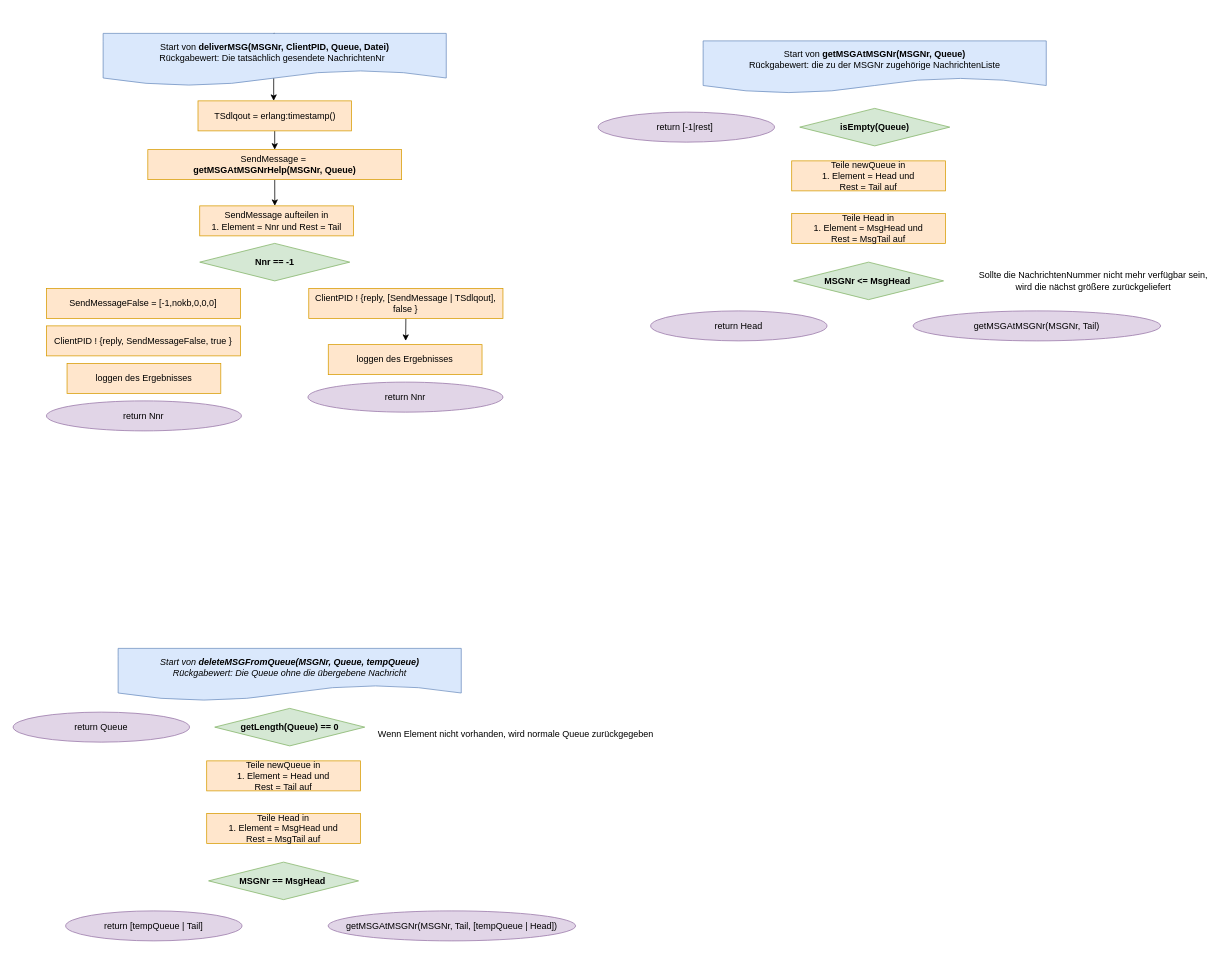
Before: Grafiken:Bilder/draw.io/DLQ/5. deliverMSG.drawio in krisschaaf/Hausarbeit_Erlang_Queues, a draw.io diagram. Source tidied: cells renumbered, new cells numbered last; positions are measured from the earlier drawing's top-left corner, leaving out a move shared by most shapes. Both pictures are drawn from the tidied source at 75%, with x=0, y=0 at pixel (13, 33).
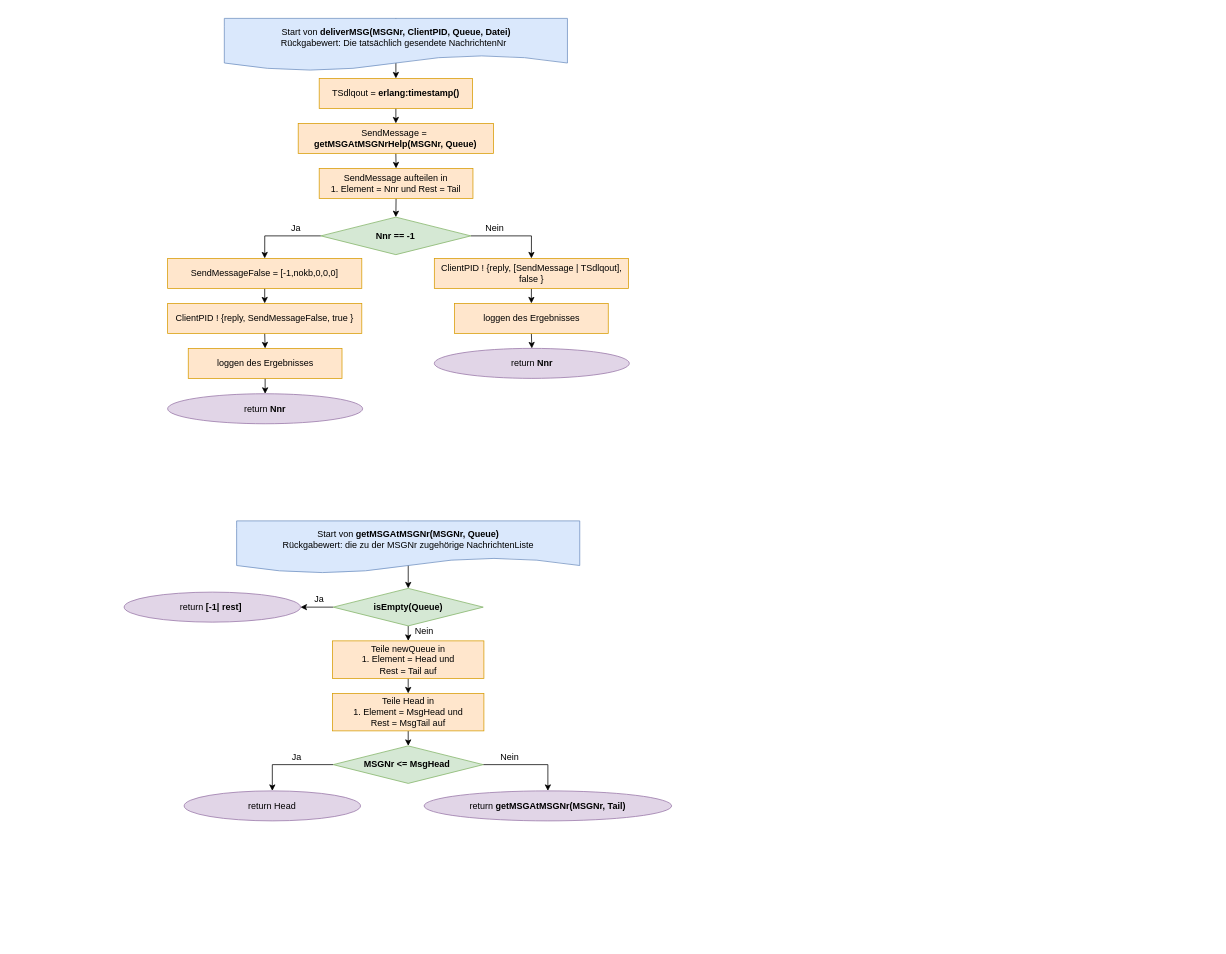
Above is the later version.

Change to the diagram source:
```diff
@@
-    <mxCell id="2" style="edgeStyle=orthogonalEdgeStyle;rounded=0;jettySize=auto;html=1;exitX=0.5;exitY=0;exitDx=0;exitDy=0;" parent="1" edge="1" source="3">
+    <mxCell id="2" style="edgeStyle=orthogonalEdgeStyle;rounded=0;jettySize=auto;html=1;exitX=0.5;exitY=0;exitDx=0;exitDy=0;entryX=0.5;entryY=0;entryDx=0;entryDy=0;" parent="1" edge="1" source="3" target="5">
       <mxGeometry relative="1" as="geometry">
-        <mxPoint x="347.4" y="90" as="targetPoint" />
         <Array as="points">
-          <mxPoint x="347.5" y="10" />
-          <mxPoint x="347.5" y="10" />
+          <mxPoint x="510.6" y="-10" />
+          <mxPoint x="510.6" y="-10" />
         </Array>
       </mxGeometry>
     </mxCell>
     <mxCell id="3" value="Start von &lt;b&gt;deliverMSG(MSGNr, ClientPID, Queue, Datei)&lt;/b&gt;&lt;br&gt;Rückgabewert: Die tatsächlich gesendete NachrichtenNr&amp;nbsp;&amp;nbsp;" style="shape=document;whiteSpace=wrap;html=1;boundedLbl=1;fillColor=#dae8fc;strokeColor=#6c8ebf;" parent="1" vertex="1">
-      <mxGeometry x="120" width="457.5" height="70" as="geometry" />
+      <mxGeometry x="281.6" y="-20" width="457.5" height="70" as="geometry" />
     </mxCell>
@@
-    <mxCell id="5" value="TSdlqout = erlang:timestamp()" style="rounded=0;whiteSpace=wrap;html=1;fillColor=#ffe6cc;strokeColor=#d79b00;" parent="1" vertex="1">
-      <mxGeometry x="246.5" y="90" width="204.5" height="40" as="geometry" />
+    <mxCell id="5" value="TSdlqout = &lt;b&gt;erlang:timestamp()&lt;/b&gt;" style="rounded=0;whiteSpace=wrap;html=1;fillColor=#ffe6cc;strokeColor=#d79b00;" parent="1" vertex="1">
+      <mxGeometry x="408.1" y="60" width="204.5" height="40" as="geometry" />
     </mxCell>
-    <mxCell id="6" style="edgeStyle=orthogonalEdgeStyle;rounded=0;jettySize=auto;html=1;exitX=0.5;exitY=1;exitDx=0;exitDy=0;" parent="1" edge="1" source="7">
-      <mxGeometry relative="1" as="geometry">
-        <mxPoint x="348.9" y="230" as="targetPoint" />
-      </mxGeometry>
+    <mxCell id="6" style="edgeStyle=orthogonalEdgeStyle;rounded=0;jettySize=auto;html=1;exitX=0.5;exitY=1;exitDx=0;exitDy=0;entryX=0.5;entryY=0;entryDx=0;entryDy=0;" parent="1" edge="1" source="7" target="20">
+      <mxGeometry relative="1" as="geometry" />
     </mxCell>
     <mxCell id="7" value="SendMessage =&amp;nbsp;&lt;br&gt;&lt;b&gt;getMSGAtMSGNrHelp(MSGNr, Queue)&lt;/b&gt;" style="rounded=0;whiteSpace=wrap;html=1;fillColor=#ffe6cc;strokeColor=#d79b00;" parent="1" vertex="1">
-      <mxGeometry x="179.6" y="155" width="338.4" height="40" as="geometry" />
+      <mxGeometry x="380.1" y="120" width="260.4" height="40" as="geometry" />
     </mxCell>
-    <mxCell id="8" value="return Nnr" style="ellipse;whiteSpace=wrap;html=1;rounded=0;fillColor=#e1d5e7;strokeColor=#9673a6;" parent="1" vertex="1">
-      <mxGeometry x="393.1" y="465" width="260" height="40" as="geometry" />
+    <mxCell id="8" value="return &lt;b&gt;Nnr&lt;/b&gt;" style="ellipse;whiteSpace=wrap;html=1;rounded=0;fillColor=#e1d5e7;strokeColor=#9673a6;" parent="1" vertex="1">
+      <mxGeometry x="561.6" y="420" width="260" height="40" as="geometry" />
     </mxCell>
-    <mxCell id="9" style="edgeStyle=orthogonalEdgeStyle;rounded=0;jettySize=auto;html=1;exitX=0.5;exitY=1;exitDx=0;exitDy=0;entryX=0.5;entryY=0;entryDx=0;entryDy=0;" parent="1" edge="1" source="10">
-      <mxGeometry relative="1" as="geometry">
-        <mxPoint x="523.4" y="410" as="targetPoint" />
-      </mxGeometry>
+    <mxCell id="9" style="edgeStyle=orthogonalEdgeStyle;rounded=0;jettySize=auto;html=1;exitX=0.5;exitY=1;exitDx=0;exitDy=0;entryX=0.5;entryY=0;entryDx=0;entryDy=0;" parent="1" edge="1" source="10" target="21">
+      <mxGeometry relative="1" as="geometry" />
     </mxCell>
     <mxCell id="10" value="ClientPID ! {reply, [SendMessage | TSdlqout], false }" style="rounded=0;whiteSpace=wrap;html=1;fillColor=#ffe6cc;strokeColor=#d79b00;" parent="1" vertex="1">
-      <mxGeometry x="394.2" y="340" width="258.9" height="40" as="geometry" />
+      <mxGeometry x="561.6" y="300" width="258.9" height="40" as="geometry" />
     </mxCell>
+    <mxCell id="36" style="edgeStyle=orthogonalEdgeStyle;rounded=0;jettySize=auto;html=1;exitX=0.5;exitY=0;exitDx=0;exitDy=0;entryX=0.5;entryY=0;entryDx=0;entryDy=0;" parent="1" edge="1" source="11" target="12">
+      <mxGeometry relative="1" as="geometry">
+        <Array as="points">
+          <mxPoint x="527" y="660" />
+          <mxPoint x="527" y="660" />
+        </Array>
+      </mxGeometry>
+    </mxCell>
     <mxCell id="11" value="Start von &lt;b&gt;getMSGAtMSGNr(MSGNr, Queue)&lt;/b&gt;&lt;br&gt;Rückgabewert: die zu der MSGNr zugehörige NachrichtenListe" style="shape=document;whiteSpace=wrap;html=1;boundedLbl=1;fillColor=#dae8fc;strokeColor=#6c8ebf;" parent="1" vertex="1">
-      <mxGeometry x="920" y="10" width="457.5" height="70" as="geometry" />
+      <mxGeometry x="298" y="650" width="457.5" height="70" as="geometry" />
     </mxCell>
+    <mxCell id="37" style="edgeStyle=orthogonalEdgeStyle;rounded=0;jettySize=auto;html=1;exitX=0;exitY=0.5;exitDx=0;exitDy=0;entryX=1;entryY=0.5;entryDx=0;entryDy=0;" parent="1" edge="1" source="12" target="14">
+      <mxGeometry relative="1" as="geometry" />
+    </mxCell>
+    <mxCell id="38" style="edgeStyle=orthogonalEdgeStyle;rounded=0;jettySize=auto;html=1;exitX=0.5;exitY=1;exitDx=0;exitDy=0;entryX=0.5;entryY=0;entryDx=0;entryDy=0;" parent="1" edge="1" source="12" target="13">
+      <mxGeometry relative="1" as="geometry" />
+    </mxCell>
     <mxCell id="12" value="isEmpty(Queue)" style="rhombus;whiteSpace=wrap;html=1;rounded=0;fillColor=#d5e8d4;strokeColor=#82b366;fontStyle=1;" parent="1" vertex="1">
-      <mxGeometry x="1048.8" y="100" width="200" height="50" as="geometry" />
+      <mxGeometry x="426.8" y="740" width="200" height="50" as="geometry" />
     </mxCell>
+    <mxCell id="39" style="edgeStyle=orthogonalEdgeStyle;rounded=0;jettySize=auto;html=1;exitX=0.5;exitY=1;exitDx=0;exitDy=0;entryX=0.5;entryY=0;entryDx=0;entryDy=0;" parent="1" edge="1" source="13" target="17">
+      <mxGeometry relative="1" as="geometry" />
+    </mxCell>
     <mxCell id="13" value="Teile newQueue in&lt;br&gt;1. Element = Head und&lt;br&gt;Rest = Tail auf" style="rounded=0;whiteSpace=wrap;html=1;fillColor=#ffe6cc;strokeColor=#d79b00;" parent="1" vertex="1">
-      <mxGeometry x="1038.1" y="170" width="205" height="40" as="geometry" />
+      <mxGeometry x="425.8" y="810" width="201.9" height="50" as="geometry" />
     </mxCell>
-    <mxCell id="14" value="return [-1|rest]&amp;nbsp;" style="ellipse;whiteSpace=wrap;html=1;rounded=0;fillColor=#e1d5e7;strokeColor=#9673a6;" parent="1" vertex="1">
-      <mxGeometry x="780" y="105" width="235.2" height="40" as="geometry" />
+    <mxCell id="14" value="return &lt;b&gt;[-1| rest]&lt;/b&gt;&amp;nbsp;" style="ellipse;whiteSpace=wrap;html=1;rounded=0;fillColor=#e1d5e7;strokeColor=#9673a6;" parent="1" vertex="1">
+      <mxGeometry x="148" y="745" width="235.2" height="40" as="geometry" />
     </mxCell>
-    <mxCell id="15" value="Sollte die NachrichtenNummer nicht mehr verfügbar sein, &lt;br&gt;wird die nächst größere zurückgeliefert" style="text;html=1;align=center;verticalAlign=middle;strokeColor=none;fillColor=none;" parent="1" vertex="1">
-      <mxGeometry x="1280" y="315" width="320" height="30" as="geometry" />
-    </mxCell>
+    <mxCell id="40" style="edgeStyle=orthogonalEdgeStyle;rounded=0;jettySize=auto;html=1;exitX=0;exitY=0.5;exitDx=0;exitDy=0;entryX=0.5;entryY=0;entryDx=0;entryDy=0;" parent="1" edge="1" source="16" target="18">
+      <mxGeometry relative="1" as="geometry" />
+    </mxCell>
+    <mxCell id="41" style="edgeStyle=orthogonalEdgeStyle;rounded=0;jettySize=auto;html=1;exitX=1;exitY=0.5;exitDx=0;exitDy=0;entryX=0.5;entryY=0;entryDx=0;entryDy=0;" parent="1" edge="1" source="16" target="19">
+      <mxGeometry relative="1" as="geometry" />
+    </mxCell>
     <mxCell id="16" value="MSGNr &amp;lt;= MsgHead&amp;nbsp;" style="rhombus;whiteSpace=wrap;html=1;rounded=0;fillColor=#d5e8d4;strokeColor=#82b366;fontStyle=1;" parent="1" vertex="1">
-      <mxGeometry x="1040.6" y="305" width="200" height="50" as="geometry" />
+      <mxGeometry x="426.8" y="950" width="200" height="50" as="geometry" />
     </mxCell>
+    <mxCell id="42" style="edgeStyle=orthogonalEdgeStyle;rounded=0;jettySize=auto;html=1;exitX=0.5;exitY=1;exitDx=0;exitDy=0;entryX=0.5;entryY=0;entryDx=0;entryDy=0;" parent="1" edge="1" source="17" target="16">
+      <mxGeometry relative="1" as="geometry" />
+    </mxCell>
     <mxCell id="17" value="Teile Head in&lt;br&gt;1. Element = MsgHead und&lt;br&gt;Rest = MsgTail auf" style="rounded=0;whiteSpace=wrap;html=1;fillColor=#ffe6cc;strokeColor=#d79b00;" parent="1" vertex="1">
-      <mxGeometry x="1038.1" y="240" width="205" height="40" as="geometry" />
+      <mxGeometry x="425.8" y="880" width="201.9" height="50" as="geometry" />
     </mxCell>
     <mxCell id="18" value="return Head" style="ellipse;whiteSpace=wrap;html=1;rounded=0;fillColor=#e1d5e7;strokeColor=#9673a6;" parent="1" vertex="1">
-      <mxGeometry x="850" y="370" width="235.2" height="40" as="geometry" />
+      <mxGeometry x="228" y="1010" width="235.2" height="40" as="geometry" />
     </mxCell>
-    <mxCell id="19" value="getMSGAtMSGNr(MSGNr, Tail)" style="ellipse;whiteSpace=wrap;html=1;rounded=0;fillColor=#e1d5e7;strokeColor=#9673a6;" parent="1" vertex="1">
-      <mxGeometry x="1200" y="370" width="330" height="40" as="geometry" />
+    <mxCell id="19" value="return &lt;b&gt;getMSGAtMSGNr(MSGNr, Tail)&lt;/b&gt;" style="ellipse;whiteSpace=wrap;html=1;rounded=0;fillColor=#e1d5e7;strokeColor=#9673a6;" parent="1" vertex="1">
+      <mxGeometry x="548" y="1010" width="330" height="40" as="geometry" />
     </mxCell>
+    <mxCell id="43" style="edgeStyle=orthogonalEdgeStyle;rounded=0;jettySize=auto;html=1;exitX=0.5;exitY=1;exitDx=0;exitDy=0;entryX=0.5;entryY=0;entryDx=0;entryDy=0;" parent="1" edge="1" source="20" target="22">
+      <mxGeometry relative="1" as="geometry" />
+    </mxCell>
     <mxCell id="20" value="SendMessage aufteilen in &lt;br&gt;1. Element = Nnr und Rest = Tail" style="rounded=0;whiteSpace=wrap;html=1;fillColor=#ffe6cc;strokeColor=#d79b00;" parent="1" vertex="1">
-      <mxGeometry x="248.8" y="230" width="205" height="40" as="geometry" />
+      <mxGeometry x="408.1" y="180" width="205" height="40" as="geometry" />
     </mxCell>
+    <mxCell id="44" style="edgeStyle=orthogonalEdgeStyle;rounded=0;jettySize=auto;html=1;exitX=0.5;exitY=1;exitDx=0;exitDy=0;entryX=0.5;entryY=0;entryDx=0;entryDy=0;" parent="1" edge="1" source="21" target="8">
+      <mxGeometry relative="1" as="geometry" />
+    </mxCell>
     <mxCell id="21" value="loggen des Ergebnisses" style="rounded=0;whiteSpace=wrap;html=1;fillColor=#ffe6cc;strokeColor=#d79b00;" parent="1" vertex="1">
-      <mxGeometry x="420.2" y="415" width="205" height="40" as="geometry" />
+      <mxGeometry x="588.5" y="360" width="205" height="40" as="geometry" />
     </mxCell>
+    <mxCell id="45" style="edgeStyle=orthogonalEdgeStyle;rounded=0;jettySize=auto;html=1;exitX=0;exitY=0.5;exitDx=0;exitDy=0;entryX=0.5;entryY=0;entryDx=0;entryDy=0;" parent="1" edge="1" source="22" target="24">
+      <mxGeometry relative="1" as="geometry" />
+    </mxCell>
+    <mxCell id="46" style="edgeStyle=orthogonalEdgeStyle;rounded=0;jettySize=auto;html=1;exitX=1;exitY=0.5;exitDx=0;exitDy=0;entryX=0.5;entryY=0;entryDx=0;entryDy=0;" parent="1" edge="1" source="22" target="10">
+      <mxGeometry relative="1" as="geometry" />
+    </mxCell>
     <mxCell id="22" value="Nnr == -1" style="rhombus;whiteSpace=wrap;html=1;rounded=0;fillColor=#d5e8d4;strokeColor=#82b366;fontStyle=1;" parent="1" vertex="1">
-      <mxGeometry x="248.8" y="280" width="200" height="50" as="geometry" />
+      <mxGeometry x="410.3" y="245" width="200" height="50" as="geometry" />
     </mxCell>
+    <mxCell id="47" style="edgeStyle=orthogonalEdgeStyle;rounded=0;jettySize=auto;html=1;exitX=0.5;exitY=1;exitDx=0;exitDy=0;entryX=0.5;entryY=0;entryDx=0;entryDy=0;" parent="1" edge="1" source="23" target="35">
+      <mxGeometry relative="1" as="geometry" />
+    </mxCell>
     <mxCell id="23" value="ClientPID ! {reply, SendMessageFalse, true }" style="rounded=0;whiteSpace=wrap;html=1;fillColor=#ffe6cc;strokeColor=#d79b00;" parent="1" vertex="1">
-      <mxGeometry x="44.4" y="390" width="258.9" height="40" as="geometry" />
+      <mxGeometry x="206" y="360" width="258.9" height="40" as="geometry" />
     </mxCell>
+    <mxCell id="48" style="edgeStyle=orthogonalEdgeStyle;rounded=0;jettySize=auto;html=1;exitX=0.5;exitY=1;exitDx=0;exitDy=0;entryX=0.5;entryY=0;entryDx=0;entryDy=0;" parent="1" edge="1" source="24" target="23">
+      <mxGeometry relative="1" as="geometry" />
+    </mxCell>
     <mxCell id="24" value="SendMessageFalse = [-1,nokb,0,0,0]" style="rounded=0;whiteSpace=wrap;html=1;fillColor=#ffe6cc;strokeColor=#d79b00;" parent="1" vertex="1">
-      <mxGeometry x="44.4" y="340" width="258.9" height="40" as="geometry" />
+      <mxGeometry x="206" y="300" width="258.9" height="40" as="geometry" />
     </mxCell>
-    <mxCell id="25" value="return Nnr" style="ellipse;whiteSpace=wrap;html=1;rounded=0;fillColor=#e1d5e7;strokeColor=#9673a6;" parent="1" vertex="1">
-      <mxGeometry x="44.4" y="490" width="260" height="40" as="geometry" />
+    <mxCell id="25" value="return &lt;b&gt;Nnr&lt;/b&gt;" style="ellipse;whiteSpace=wrap;html=1;rounded=0;fillColor=#e1d5e7;strokeColor=#9673a6;" parent="1" vertex="1">
+      <mxGeometry x="206" y="480.5" width="260" height="40" as="geometry" />
     </mxCell>
-    <mxCell id="26" value="&lt;i&gt;Start von &lt;b&gt;deleteMSGFromQueue(MSGNr, Queue, tempQueue)&lt;/b&gt;&lt;br&gt;Rückgabewert: Die Queue ohne die übergebene Nachricht&lt;/i&gt;" style="shape=document;whiteSpace=wrap;html=1;boundedLbl=1;fillColor=#dae8fc;strokeColor=#6c8ebf;" parent="1" vertex="1">
-      <mxGeometry x="140" y="820" width="457.5" height="70" as="geometry" />
-    </mxCell>
-    <mxCell id="27" value="getLength(Queue) == 0" style="rhombus;whiteSpace=wrap;html=1;rounded=0;fillColor=#d5e8d4;strokeColor=#82b366;fontStyle=1;" parent="1" vertex="1">
-      <mxGeometry x="268.8" y="900" width="200" height="50" as="geometry" />
-    </mxCell>
-    <mxCell id="28" value="Teile newQueue in&lt;br&gt;1. Element = Head und&lt;br&gt;Rest = Tail auf" style="rounded=0;whiteSpace=wrap;html=1;fillColor=#ffe6cc;strokeColor=#d79b00;" parent="1" vertex="1">
-      <mxGeometry x="258.1" y="970" width="205" height="40" as="geometry" />
-    </mxCell>
-    <mxCell id="29" value="return Queue" style="ellipse;whiteSpace=wrap;html=1;rounded=0;fillColor=#e1d5e7;strokeColor=#9673a6;" parent="1" vertex="1">
-      <mxGeometry y="905" width="235.2" height="40" as="geometry" />
-    </mxCell>
-    <mxCell id="30" value="MSGNr == MsgHead&amp;nbsp;" style="rhombus;whiteSpace=wrap;html=1;rounded=0;fillColor=#d5e8d4;strokeColor=#82b366;fontStyle=1;" parent="1" vertex="1">
-      <mxGeometry x="260.6" y="1105" width="200" height="50" as="geometry" />
-    </mxCell>
-    <mxCell id="31" value="Teile Head in&lt;br&gt;1. Element = MsgHead und&lt;br&gt;Rest = MsgTail auf" style="rounded=0;whiteSpace=wrap;html=1;fillColor=#ffe6cc;strokeColor=#d79b00;" parent="1" vertex="1">
-      <mxGeometry x="258.1" y="1040" width="205" height="40" as="geometry" />
-    </mxCell>
-    <mxCell id="32" value="return [tempQueue | Tail]" style="ellipse;whiteSpace=wrap;html=1;rounded=0;fillColor=#e1d5e7;strokeColor=#9673a6;" parent="1" vertex="1">
-      <mxGeometry x="70" y="1170" width="235.2" height="40" as="geometry" />
-    </mxCell>
-    <mxCell id="33" value="getMSGAtMSGNr(MSGNr, Tail, [tempQueue | Head])" style="ellipse;whiteSpace=wrap;html=1;rounded=0;fillColor=#e1d5e7;strokeColor=#9673a6;" parent="1" vertex="1">
-      <mxGeometry x="420" y="1170" width="330" height="40" as="geometry" />
-    </mxCell>
-    <mxCell id="34" value="Wenn Element nicht vorhanden, wird normale Queue zurückgegeben" style="text;html=1;align=center;verticalAlign=middle;strokeColor=none;fillColor=none;" parent="1" vertex="1">
-      <mxGeometry x="480" y="925" width="380" height="20" as="geometry" />
-    </mxCell>
+    <mxCell id="49" style="edgeStyle=orthogonalEdgeStyle;rounded=0;jettySize=auto;html=1;exitX=0.5;exitY=1;exitDx=0;exitDy=0;entryX=0.5;entryY=0;entryDx=0;entryDy=0;" parent="1" edge="1" source="35" target="25">
+      <mxGeometry relative="1" as="geometry" />
+    </mxCell>
     <mxCell id="35" value="loggen des Ergebnisses" style="rounded=0;whiteSpace=wrap;html=1;fillColor=#ffe6cc;strokeColor=#d79b00;" parent="1" vertex="1">
-      <mxGeometry x="71.9" y="440" width="205" height="40" as="geometry" />
+      <mxGeometry x="233.5" y="420" width="205" height="40" as="geometry" />
     </mxCell>
+    <mxCell id="50" value="Ja" style="text;html=1;align=center;verticalAlign=middle;strokeColor=none;fillColor=none;" parent="1" vertex="1">
+      <mxGeometry x="361.6" y="250" width="30" height="20" as="geometry" />
+    </mxCell>
+    <mxCell id="51" value="Nein" style="text;html=1;align=center;verticalAlign=middle;strokeColor=none;fillColor=none;" parent="1" vertex="1">
+      <mxGeometry x="621.6" y="250" width="40" height="20" as="geometry" />
+    </mxCell>
+    <mxCell id="52" value="Ja" style="text;html=1;align=center;verticalAlign=middle;strokeColor=none;fillColor=none;" parent="1" vertex="1">
+      <mxGeometry x="392.8" y="745" width="30" height="20" as="geometry" />
+    </mxCell>
+    <mxCell id="53" value="Nein" style="text;html=1;align=center;verticalAlign=middle;strokeColor=none;fillColor=none;" parent="1" vertex="1">
+      <mxGeometry x="528" y="787" width="40" height="20" as="geometry" />
+    </mxCell>
+    <mxCell id="54" value="Ja" style="text;html=1;align=center;verticalAlign=middle;strokeColor=none;fillColor=none;" parent="1" vertex="1">
+      <mxGeometry x="363" y="955" width="30" height="20" as="geometry" />
+    </mxCell>
+    <mxCell id="55" value="Nein" style="text;html=1;align=center;verticalAlign=middle;strokeColor=none;fillColor=none;" parent="1" vertex="1">
+      <mxGeometry x="642" y="955" width="40" height="20" as="geometry" />
+    </mxCell>
```
